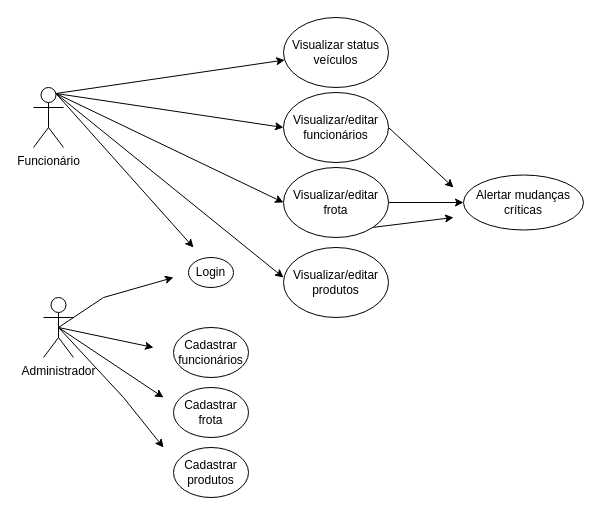
Above: Tiwnio.drawio in UNA-Contagem-208/Modelagem-208 (draw.io), before the change. Source tidied: cells renumbered, new cells numbered last; positions are measured from the earlier drawing's top-left corner, leaving out a move shared by most shapes. Both pictures are drawn from the tidied source at 100%, with x=0, y=0 at pixel (33, 17).
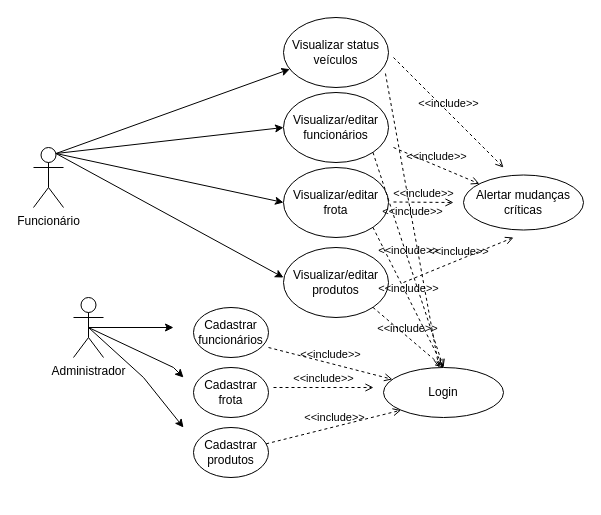
After the change.

Unchanged cells that the change refers to:
```xml
<mxCell id="18" value="Visualizar/editar&lt;br&gt;funcionários" style="ellipse;whiteSpace=wrap;html=1;" parent="1" vertex="1">
  <mxGeometry x="250" y="75" width="105" height="70" as="geometry" />
</mxCell>
<mxCell id="21" value="Visualizar/editar&lt;br&gt;frota" style="ellipse;whiteSpace=wrap;html=1;" parent="1" vertex="1">
  <mxGeometry x="250" y="150" width="105" height="70" as="geometry" />
</mxCell>
<mxCell id="22" value="Visualizar/editar&lt;br&gt;produtos" style="ellipse;whiteSpace=wrap;html=1;" parent="1" vertex="1">
  <mxGeometry x="250" y="230" width="105" height="70" as="geometry" />
</mxCell>
<mxCell id="23" value="Alertar mudanças críticas" style="ellipse;whiteSpace=wrap;html=1;" parent="1" vertex="1">
  <mxGeometry x="430" y="157.5" width="120" height="55" as="geometry" />
</mxCell>
<mxCell id="24" value="Visualizar status veículos" style="ellipse;whiteSpace=wrap;html=1;" parent="1" vertex="1">
  <mxGeometry x="250" width="105" height="70" as="geometry" />
</mxCell>
```

Diff of the diagram source:
```diff
@@
-    <mxCell id="2" style="rounded=0;jettySize=auto;html=1;exitX=0.5;exitY=0.5;exitDx=0;exitDy=0;exitPerimeter=0;strokeColor=#000000;" parent="1" edge="1" source="6">
-      <mxGeometry relative="1" as="geometry">
-        <mxPoint x="140" y="260" as="targetPoint" />
-        <Array as="points">
-          <mxPoint x="70" y="280" />
-        </Array>
-      </mxGeometry>
-    </mxCell>
     <mxCell id="3" style="edgeStyle=none;rounded=0;jettySize=auto;html=1;exitX=0.5;exitY=0.5;exitDx=0;exitDy=0;exitPerimeter=0;strokeColor=#000000;" parent="1" edge="1" source="6">
       <mxGeometry relative="1" as="geometry">
-        <mxPoint x="120" y="330" as="targetPoint" />
+        <mxPoint x="140" y="310" as="targetPoint" />
       </mxGeometry>
     </mxCell>
     <mxCell id="4" style="edgeStyle=none;rounded=0;jettySize=auto;html=1;exitX=0.5;exitY=0.5;exitDx=0;exitDy=0;exitPerimeter=0;strokeColor=#000000;" parent="1" edge="1" source="6">
       <mxGeometry relative="1" as="geometry">
-        <mxPoint x="130" y="380" as="targetPoint" />
+        <mxPoint x="150" y="360" as="targetPoint" />
+        <Array as="points">
+          <mxPoint x="140" y="350" />
+        </Array>
       </mxGeometry>
     </mxCell>
     <mxCell id="5" style="edgeStyle=none;rounded=0;jettySize=auto;html=1;exitX=0.5;exitY=0.5;exitDx=0;exitDy=0;exitPerimeter=0;strokeColor=#000000;" parent="1" edge="1" source="6">
       <mxGeometry relative="1" as="geometry">
-        <mxPoint x="130" y="430" as="targetPoint" />
+        <mxPoint x="150" y="410" as="targetPoint" />
         <Array as="points">
-          <mxPoint x="90" y="380" />
+          <mxPoint x="110" y="360" />
         </Array>
       </mxGeometry>
     </mxCell>
     <mxCell id="6" value="Administrador" style="shape=umlActor;verticalLabelPosition=bottom;verticalAlign=top;html=1;outlineConnect=0;" parent="1" vertex="1">
-      <mxGeometry x="10" y="280" width="30" height="60" as="geometry" />
+      <mxGeometry x="40" y="280" width="30" height="60" as="geometry" />
     </mxCell>
@@
-    <mxCell id="11" style="edgeStyle=none;rounded=0;jettySize=auto;html=1;exitX=0.75;exitY=0.1;exitDx=0;exitDy=0;exitPerimeter=0;strokeColor=#000000;" parent="1" edge="1" source="12">
-      <mxGeometry relative="1" as="geometry">
-        <mxPoint x="160" y="230" as="targetPoint" />
-      </mxGeometry>
-    </mxCell>
     <mxCell id="12" value="Funcionário" style="shape=umlActor;verticalLabelPosition=bottom;verticalAlign=top;html=1;outlineConnect=0;" parent="1" vertex="1">
-      <mxGeometry y="70" width="30" height="60" as="geometry" />
+      <mxGeometry y="130" width="30" height="60" as="geometry" />
     </mxCell>
     <mxCell id="13" value="Cadastrar funcionários" style="ellipse;whiteSpace=wrap;html=1;" parent="1" vertex="1">
-      <mxGeometry x="140" y="310" width="75" height="50" as="geometry" />
+      <mxGeometry x="160" y="290" width="75" height="50" as="geometry" />
     </mxCell>
     <mxCell id="14" value="Cadastrar frota" style="ellipse;whiteSpace=wrap;html=1;" parent="1" vertex="1">
-      <mxGeometry x="140" y="370" width="75" height="50" as="geometry" />
+      <mxGeometry x="160" y="350" width="75" height="50" as="geometry" />
     </mxCell>
     <mxCell id="15" value="Cadastrar produtos" style="ellipse;whiteSpace=wrap;html=1;" parent="1" vertex="1">
-      <mxGeometry x="140" y="430" width="75" height="50" as="geometry" />
+      <mxGeometry x="160" y="410" width="75" height="50" as="geometry" />
     </mxCell>
-    <mxCell id="16" value="Login" style="ellipse;whiteSpace=wrap;html=1;" parent="1" vertex="1">
-      <mxGeometry x="155" y="240" width="45" height="30" as="geometry" />
-    </mxCell>
-    <mxCell id="17" style="edgeStyle=none;rounded=0;jettySize=auto;html=1;exitX=1;exitY=0.5;exitDx=0;exitDy=0;strokeColor=#000000;" parent="1" edge="1" source="18">
-      <mxGeometry relative="1" as="geometry">
-        <mxPoint x="420" y="170" as="targetPoint" />
-      </mxGeometry>
-    </mxCell>
@@
-    <mxCell id="19" style="edgeStyle=none;rounded=0;jettySize=auto;html=1;exitX=1;exitY=0.5;exitDx=0;exitDy=0;entryX=0;entryY=0.5;entryDx=0;entryDy=0;strokeColor=#000000;" parent="1" edge="1" source="21" target="23">
-      <mxGeometry relative="1" as="geometry" />
-    </mxCell>
-    <mxCell id="20" style="edgeStyle=none;rounded=0;jettySize=auto;html=1;exitX=1;exitY=1;exitDx=0;exitDy=0;strokeColor=#000000;" parent="1" edge="1" source="21">
-      <mxGeometry relative="1" as="geometry">
-        <mxPoint x="420" y="200" as="targetPoint" />
-      </mxGeometry>
-    </mxCell>
@@
+    <mxCell id="16" value="Login" style="ellipse;whiteSpace=wrap;html=1;" parent="1" vertex="1">
+      <mxGeometry x="350" y="350" width="120" height="50" as="geometry" />
+    </mxCell>
+    <mxCell id="26" value="&amp;lt;&amp;lt;include&amp;gt;&amp;gt;" style="html=1;verticalAlign=bottom;labelBackgroundColor=none;endArrow=open;endFill=0;dashed=1;rounded=0;entryX=0;entryY=1;entryDx=0;entryDy=0;" parent="1" edge="1" source="15" target="16">
+      <mxGeometry relative="1" as="geometry" />
+    </mxCell>
+    <mxCell id="27" value="&amp;lt;&amp;lt;include&amp;gt;&amp;gt;" style="html=1;verticalAlign=bottom;labelBackgroundColor=none;endArrow=open;endFill=0;dashed=1;rounded=0;" parent="1" edge="1">
+      <mxGeometry relative="1" as="geometry">
+        <mxPoint x="240" y="370" as="sourcePoint" />
+        <mxPoint x="340" y="370" as="targetPoint" />
+      </mxGeometry>
+    </mxCell>
+    <mxCell id="28" value="&amp;lt;&amp;lt;include&amp;gt;&amp;gt;" style="html=1;verticalAlign=bottom;labelBackgroundColor=none;endArrow=open;endFill=0;dashed=1;rounded=0;" parent="1" edge="1" target="16">
+      <mxGeometry relative="1" as="geometry">
+        <mxPoint x="235" y="330" as="sourcePoint" />
+      </mxGeometry>
+    </mxCell>
+    <mxCell id="29" value="&amp;lt;&amp;lt;include&amp;gt;&amp;gt;" style="html=1;verticalAlign=bottom;labelBackgroundColor=none;endArrow=open;endFill=0;dashed=1;rounded=0;" parent="1" edge="1">
+      <mxGeometry relative="1" as="geometry">
+        <mxPoint x="360" y="40" as="sourcePoint" />
+        <mxPoint x="470" y="150" as="targetPoint" />
+      </mxGeometry>
+    </mxCell>
+    <mxCell id="30" value="&amp;lt;&amp;lt;include&amp;gt;&amp;gt;" style="html=1;verticalAlign=bottom;labelBackgroundColor=none;endArrow=open;endFill=0;dashed=1;rounded=0;" parent="1" edge="1">
+      <mxGeometry relative="1" as="geometry">
+        <mxPoint x="370" y="265" as="sourcePoint" />
+        <mxPoint x="480" y="220" as="targetPoint" />
+      </mxGeometry>
+    </mxCell>
+    <mxCell id="31" value="&amp;lt;&amp;lt;include&amp;gt;&amp;gt;" style="html=1;verticalAlign=bottom;labelBackgroundColor=none;endArrow=open;endFill=0;dashed=1;rounded=0;" parent="1" edge="1" target="23">
+      <mxGeometry relative="1" as="geometry">
+        <mxPoint x="360" y="130" as="sourcePoint" />
+      </mxGeometry>
+    </mxCell>
+    <mxCell id="32" value="&amp;lt;&amp;lt;include&amp;gt;&amp;gt;" style="html=1;verticalAlign=bottom;labelBackgroundColor=none;endArrow=open;endFill=0;dashed=1;rounded=0;" parent="1" edge="1">
+      <mxGeometry relative="1" as="geometry">
+        <mxPoint x="360" y="184.5" as="sourcePoint" />
+        <mxPoint x="420" y="185" as="targetPoint" />
+      </mxGeometry>
+    </mxCell>
+    <mxCell id="33" value="&amp;lt;&amp;lt;include&amp;gt;&amp;gt;" style="html=1;verticalAlign=bottom;labelBackgroundColor=none;endArrow=open;endFill=0;dashed=1;rounded=0;exitX=1;exitY=1;exitDx=0;exitDy=0;entryX=0.5;entryY=0;entryDx=0;entryDy=0;" parent="1" edge="1" source="22" target="16">
+      <mxGeometry relative="1" as="geometry" />
+    </mxCell>
+    <mxCell id="34" value="&amp;lt;&amp;lt;include&amp;gt;&amp;gt;" style="html=1;verticalAlign=bottom;labelBackgroundColor=none;endArrow=open;endFill=0;dashed=1;rounded=0;exitX=1;exitY=1;exitDx=0;exitDy=0;" parent="1" edge="1" source="21">
+      <mxGeometry relative="1" as="geometry">
+        <mxPoint x="410" y="350" as="targetPoint" />
+      </mxGeometry>
+    </mxCell>
+    <mxCell id="35" value="&amp;lt;&amp;lt;include&amp;gt;&amp;gt;" style="html=1;verticalAlign=bottom;labelBackgroundColor=none;endArrow=open;endFill=0;dashed=1;rounded=0;exitX=1;exitY=1;exitDx=0;exitDy=0;" parent="1" edge="1" source="18">
+      <mxGeometry relative="1" as="geometry">
+        <mxPoint x="410" y="350" as="targetPoint" />
+      </mxGeometry>
+    </mxCell>
+    <mxCell id="36" value="&amp;lt;&amp;lt;include&amp;gt;&amp;gt;" style="html=1;verticalAlign=bottom;labelBackgroundColor=none;endArrow=open;endFill=0;dashed=1;rounded=0;exitX=0.971;exitY=0.8;exitDx=0;exitDy=0;exitPerimeter=0;" parent="1" edge="1" source="24" target="16">
+      <mxGeometry relative="1" as="geometry" />
+    </mxCell>
```
